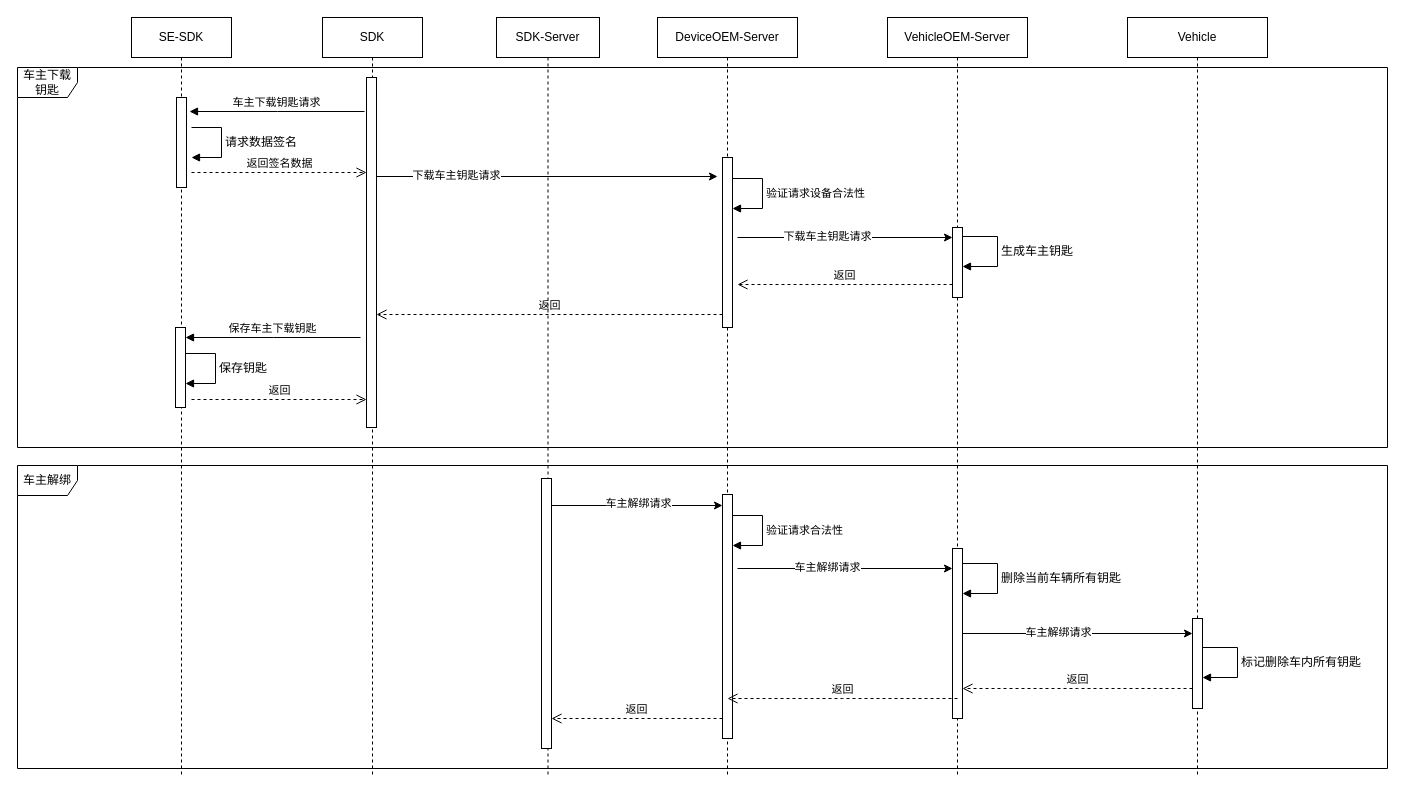
This is 车主下载钥匙.drawio from jianguocong/chart, a draw.io file, before an edit. Source tidied: cells renumbered, new cells numbered last; positions are measured from the earlier drawing's top-left corner, leaving out a move shared by most shapes. Both pictures are drawn from the tidied source at 100%, with x=0, y=0 at pixel (17, 17).
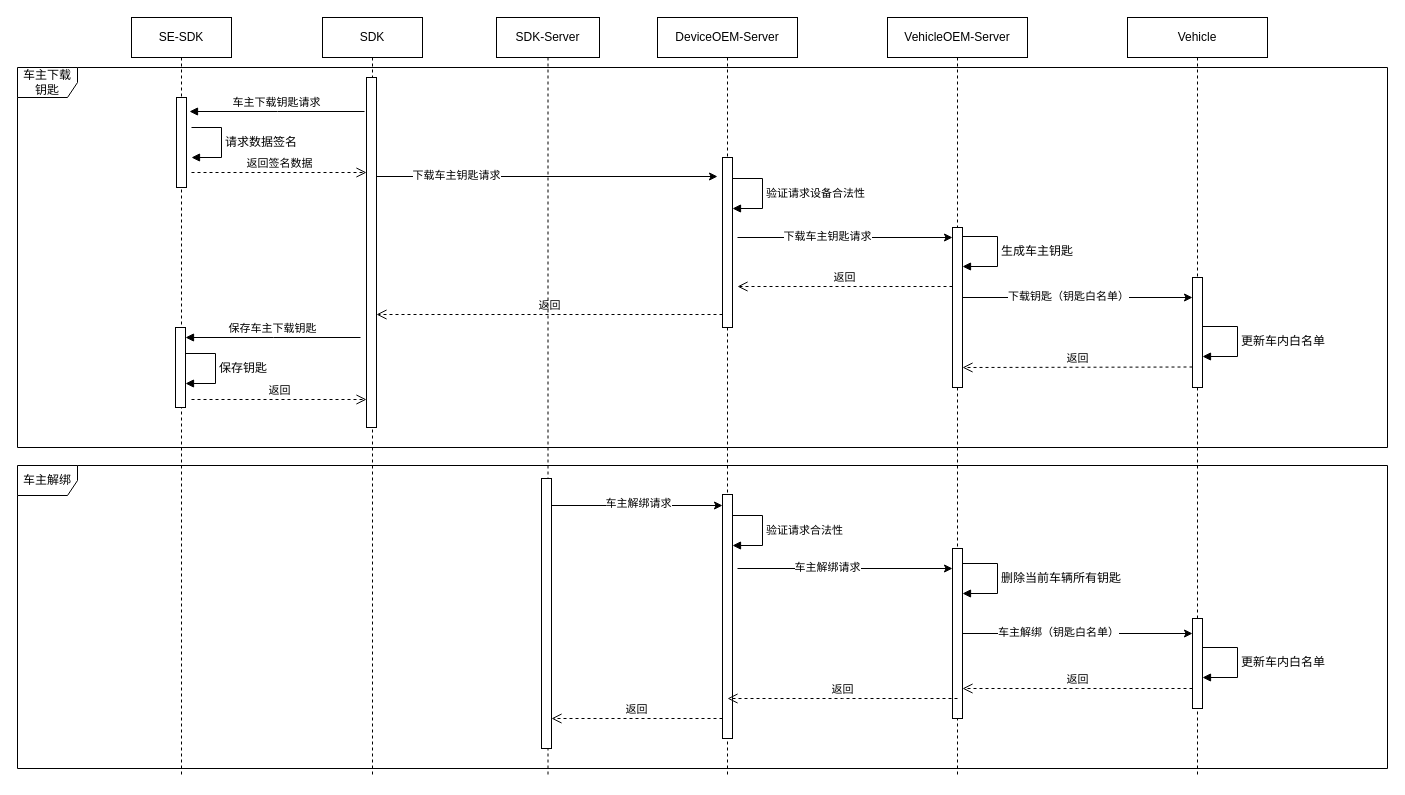
The same diagram, later.

Commit message:
更新车主下载钥匙.drawio

Unchanged cells that the change refers to:
```xml
<mxCell id="10" value="VehicleOEM-Server" style="shape=umlLifeline;perimeter=lifelinePerimeter;whiteSpace=wrap;html=1;newEdgeStyle={&quot;edgeStyle&quot;:&quot;elbowEdgeStyle&quot;,&quot;elbow&quot;:&quot;vertical&quot;,&quot;curved&quot;:0,&quot;rounded&quot;:0};" parent="1" vertex="1">
  <mxGeometry x="870" width="140" height="760" as="geometry" />
</mxCell>
<mxCell id="13" value="Vehicle" style="shape=umlLifeline;perimeter=lifelinePerimeter;whiteSpace=wrap;html=1;newEdgeStyle={&quot;edgeStyle&quot;:&quot;elbowEdgeStyle&quot;,&quot;elbow&quot;:&quot;vertical&quot;,&quot;curved&quot;:0,&quot;rounded&quot;:0};" parent="1" vertex="1">
  <mxGeometry x="1110" width="140" height="760" as="geometry" />
</mxCell>
<mxCell id="39" style="endArrow=classic;html=1;rounded=0;" parent="1" edge="1">
  <mxGeometry relative="1" as="geometry">
    <mxPoint x="945" y="616" as="sourcePoint" />
    <mxPoint x="1175" y="616" as="targetPoint" />
  </mxGeometry>
</mxCell>
```

What changed in the source:
```diff
@@
     <mxCell id="11" style="html=1;perimeter=orthogonalPerimeter;targetShapes=umlLifeline;newEdgeStyle={&quot;edgeStyle&quot;:&quot;elbowEdgeStyle&quot;,&quot;elbow&quot;:&quot;vertical&quot;,&quot;curved&quot;:0,&quot;rounded&quot;:0};" parent="10" vertex="1">
-      <mxGeometry x="65" y="210" width="10" height="70" as="geometry" />
+      <mxGeometry x="65" y="210" width="10" height="160" as="geometry" />
     </mxCell>
@@
+    <mxCell id="45" style="html=1;points=[];perimeter=orthogonalPerimeter;outlineConnect=0;targetShapes=umlLifeline;portConstraint=eastwest;newEdgeStyle={&quot;edgeStyle&quot;:&quot;elbowEdgeStyle&quot;,&quot;elbow&quot;:&quot;vertical&quot;,&quot;curved&quot;:0,&quot;rounded&quot;:0};" parent="13" vertex="1">
+      <mxGeometry x="65" y="260" width="10" height="110" as="geometry" />
+    </mxCell>
+    <mxCell id="46" value="更新车内白名单" style="html=1;align=left;spacingLeft=2;endArrow=block;rounded=0;edgeStyle=orthogonalEdgeStyle;curved=0;rounded=0;fontFamily=Helvetica;fontSize=12;fontColor=default;" parent="13" edge="1">
+      <mxGeometry relative="1" as="geometry">
+        <mxPoint x="75" y="309" as="sourcePoint" />
+        <mxPoint x="75" y="339" as="targetPoint" />
+        <Array as="points">
+          <mxPoint x="110" y="309" />
+          <mxPoint x="110" y="339" />
+        </Array>
+      </mxGeometry>
+    </mxCell>
@@
     <mxCell id="21" value="返回" style="html=1;verticalAlign=bottom;endArrow=open;dashed=1;endSize=8;edgeStyle=elbowEdgeStyle;elbow=vertical;curved=0;rounded=0;" parent="1" edge="1">
       <mxGeometry relative="1" as="geometry">
-        <mxPoint x="935" y="267" as="sourcePoint" />
-        <mxPoint x="720" y="267" as="targetPoint" />
+        <mxPoint x="935" y="269" as="sourcePoint" />
+        <mxPoint x="720" y="269" as="targetPoint" />
       </mxGeometry>
     </mxCell>
@@
-    <mxCell id="40" value="车主解绑请求" style="edgeLabel;html=1;align=center;verticalAlign=middle;" parent="39" vertex="1">
+    <mxCell id="40" value="车主解绑（钥匙白名单）" style="edgeLabel;html=1;align=center;verticalAlign=middle;" parent="39" vertex="1">
       <mxGeometry x="-0.17" y="2" relative="1" as="geometry" />
     </mxCell>
@@
-    <mxCell id="42" value="标记删除车内所有钥匙" style="html=1;align=left;spacingLeft=2;endArrow=block;rounded=0;edgeStyle=orthogonalEdgeStyle;curved=0;rounded=0;fontFamily=Helvetica;fontSize=12;fontColor=default;" parent="1" edge="1">
+    <mxCell id="42" value="更新车内白名单" style="html=1;align=left;spacingLeft=2;endArrow=block;rounded=0;edgeStyle=orthogonalEdgeStyle;curved=0;rounded=0;fontFamily=Helvetica;fontSize=12;fontColor=default;" parent="1" edge="1">
       <mxGeometry relative="1" as="geometry">
         <mxPoint x="1185" y="630" as="sourcePoint" />
         <mxPoint x="1185" y="660" as="targetPoint" />
         <Array as="points">
           <mxPoint x="1220" y="630" />
           <mxPoint x="1220" y="660" />
         </Array>
       </mxGeometry>
     </mxCell>
@@
+    <mxCell id="47" style="endArrow=classic;html=1;rounded=0;" parent="1" edge="1" target="45">
+      <mxGeometry relative="1" as="geometry">
+        <mxPoint x="945" y="280" as="sourcePoint" />
+      </mxGeometry>
+    </mxCell>
+    <mxCell id="48" value="下载钥匙（钥匙白名单）" style="edgeLabel;html=1;align=center;verticalAlign=middle;" parent="47" vertex="1">
+      <mxGeometry x="-0.17" y="2" relative="1" as="geometry">
+        <mxPoint x="10" as="offset" />
+      </mxGeometry>
+    </mxCell>
+    <mxCell id="49" value="返回" style="html=1;verticalAlign=bottom;endArrow=open;dashed=1;endSize=8;edgeStyle=elbowEdgeStyle;elbow=vertical;curved=0;rounded=0;" parent="1" edge="1">
+      <mxGeometry relative="1" as="geometry">
+        <mxPoint x="1175" y="349.5" as="sourcePoint" />
+        <mxPoint x="945" y="349.5" as="targetPoint" />
+      </mxGeometry>
+    </mxCell>
```
